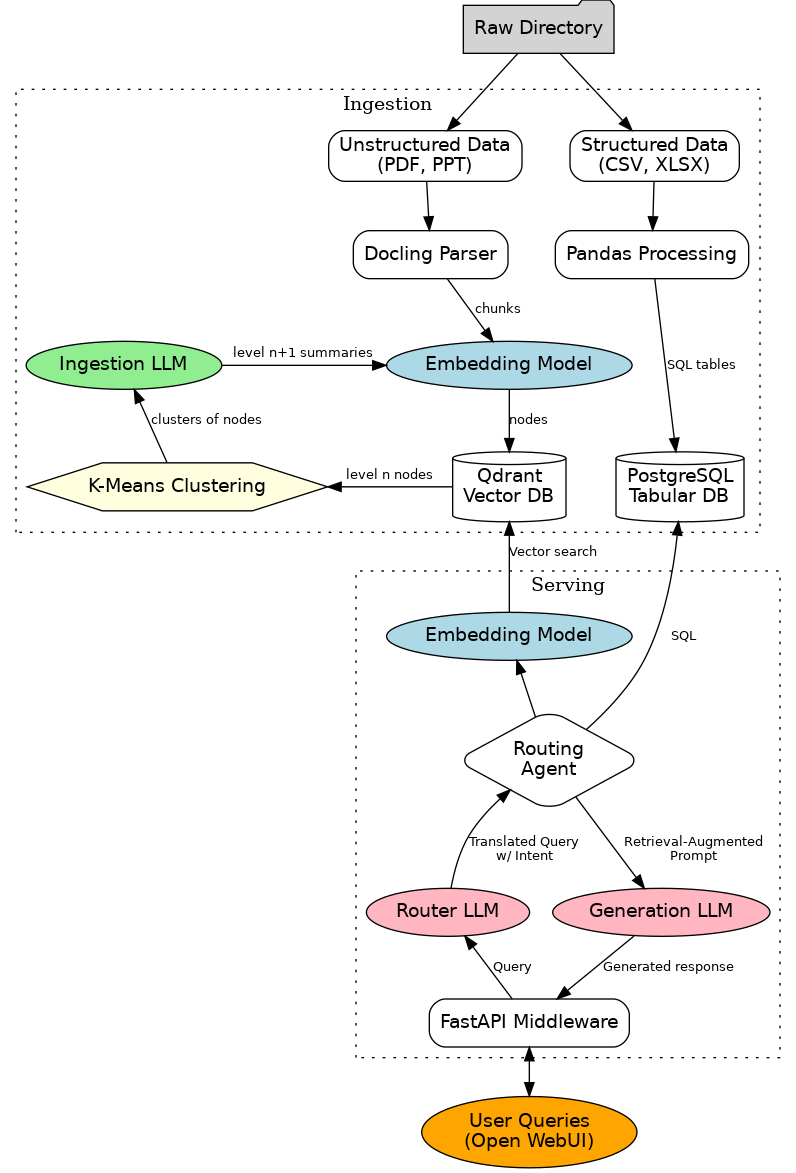
Before: angol-architecture.png, a diagram exported from Graphviz (QRB-Labs/angol). Its source is kept beside it as angol-architecture.dot.
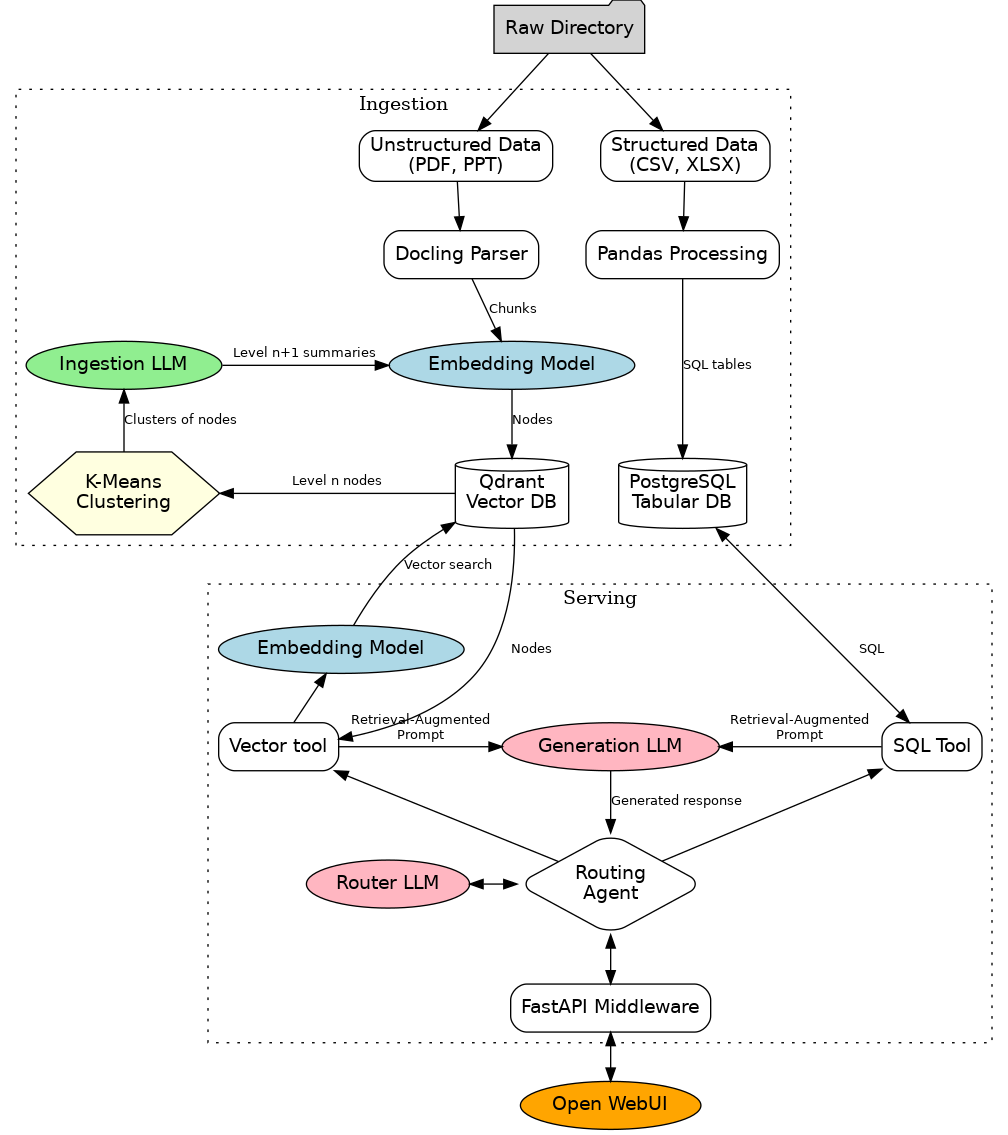
The same diagram one commit later.

Commit message:
update diagram for react agent

What changed in the source:
```diff
@@ -32,7 +32,7 @@
 
 	{
 	    rank=same;
-	    FAISS [label="K-Means Clustering", shape=hexagon, style=filled, fillcolor=lightyellow];
+	    FAISS [label="K-Means\nClustering", shape=hexagon, style=filled, fillcolor=lightyellow];
 	    Qdrant [label="Qdrant\nVector DB", shape=cylinder];
 	    Postgres [label="PostgreSQL\nTabular DB", shape=cylinder];
 	    FAISS -> Qdrant -> Postgres [style=invis];
@@ -43,47 +43,56 @@
 	label = "Serving";
 	style = dotted;
 
-	Router [label="Routing\nAgent", shape=diamond];
+	{
+	    rank=same;
+	    RouterLLM [label="Router LLM", shape=ellipse, style=filled, fillcolor=lightpink];
+	    Router [label="Routing\nAgent", shape=diamond];
+	}
+
+	{
+	    rank=same;
+	    VectorTool [label="Vector tool"];
+	    GenLLM [label="Generation LLM", shape=ellipse, style=filled, fillcolor=lightpink];
+    	    SQLTool [label="SQL Tool"];
+	}
 	ServeEmbedModel [label="Embedding Model", shape=ellipse, style=filled, fillcolor=lightblue];
 
-	{
-	   rank=same;
-	   RouterLLM [label="Router LLM", shape=ellipse, style=filled, fillcolor=lightpink];
-	    GenLLM [label="Generation LLM", shape=ellipse, style=filled, fillcolor=lightpink];
-	 }
 	FastAPI [label="FastAPI Middleware"];
     }
-    UserQuery [label="User Queries\n(Open WebUI)", shape=oval, style=filled, fillcolor=orange];
+    UserQuery [label="Open WebUI", shape=oval, style=filled, fillcolor=orange];
 
 
     RawDir -> Unstructured;
     RawDir -> Structured;
 
-    Structured -> Pandas [weight=10];
-    Pandas -> Postgres [weight=10, label="SQL tables"];
+    Structured -> Pandas [weight=100];
+    Pandas -> Postgres [weight=100, label="SQL tables"];
 
-    Unstructured -> Docling [weight=10];
-    Docling -> IngestEmbedModel [weight=10, label="chunks"];
-    IngestEmbedModel -> Qdrant [weight=10, label="nodes"];
+    Unstructured -> Docling [weight=100];
+    Docling -> IngestEmbedModel [weight=100, label="Chunks"];
+    IngestEmbedModel -> Qdrant [weight=100, label="Nodes"];
 
-    FAISS -> Qdrant [dir=back, label="level n nodes"];
+    FAISS -> Qdrant [dir=back, label="Level n nodes"];
 
-    IngestLLM -> FAISS [dir=back, weight=10, label="clusters of nodes"];
+    IngestLLM -> FAISS [dir=back, weight=100, label="Clusters of nodes"];
 
-    IngestLLM -> IngestEmbedModel [label="level n+1 summaries"];
+    IngestLLM -> IngestEmbedModel [label="Level n+1 summaries"];
 
 
+    Postgres -> SQLTool [dir=both, label="SQL"];
+    Qdrant -> VectorTool [dir=forward, label="Nodes"];
+    Qdrant -> ServeEmbedModel [dir=back, label="Vector search"];
 
-    Postgres -> Router [dir=back, label="SQL"];
-    Qdrant -> ServeEmbedModel [dir=back, weight=10, label="Vector search"];
+    ServeEmbedModel -> VectorTool [dir=back];
+     VectorTool -> Router [dir=back];
+     SQLTool -> Router [dir=back];
 
-    ServeEmbedModel -> Router [dir=back];
+    RouterLLM -> Router [dir=both];
+    VectorTool -> GenLLM [dir=forward, weight=10, label="Retrieval-Augmented\nPrompt"];
+    GenLLM -> SQLTool [dir=back, weight=10, label="Retrieval-Augmented\nPrompt"];
 
-    Router -> RouterLLM [dir=back, weight=10, label="Translated Query\nw/ Intent"];
-    Router -> GenLLM [dir=forward, weight=10, label="Retrieval-Augmented\nPrompt"];
-
-    RouterLLM -> FastAPI [dir=back, weight=10, label="Query	"];
-    GenLLM -> FastAPI [dir=forward, weight=10, label="Generated response"];
+    Router -> FastAPI [dir=both, weight=10];
+    GenLLM -> Router [dir=forward, weight=10, label="Generated response"];
 
     FastAPI -> UserQuery [dir=both, weight=10]
 }
```
